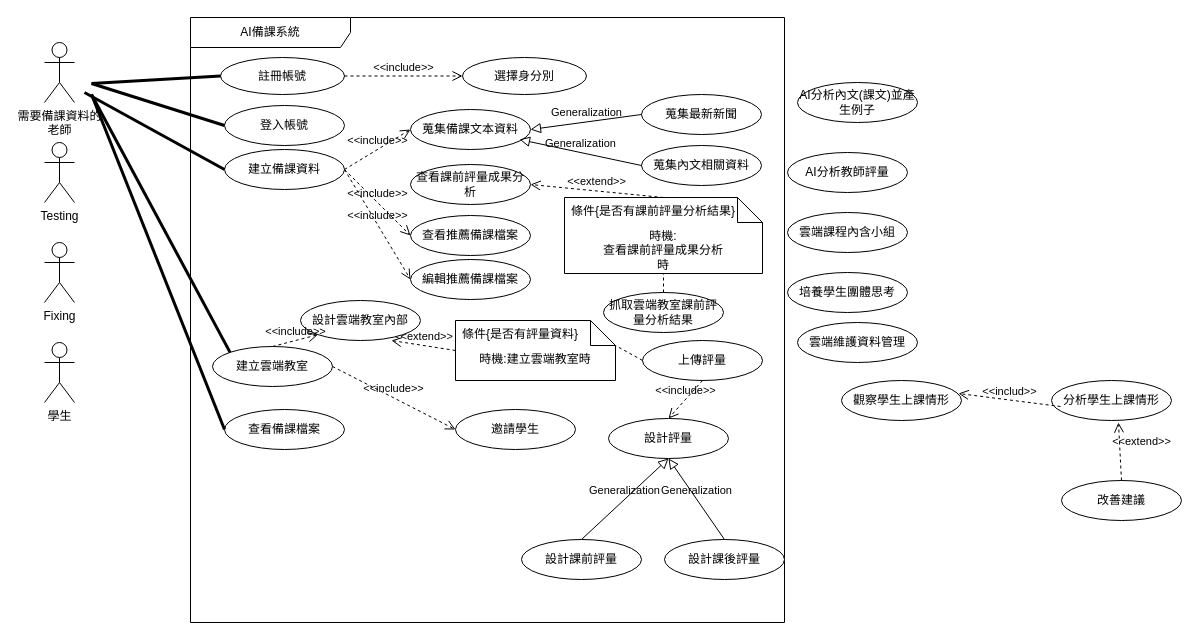
Kevincheng0804/System-analysis keeps this draw.io diagram as page "第 1 页" (1 of 2) of 顧客關係圖.drawio. Above is the earlier version. Source tidied: cells renumbered, new cells numbered last; positions are measured from the earlier drawing's top-left corner, leaving out a move shared by most shapes. Both pictures are drawn from the tidied source at 100%, with x=0, y=0 at pixel (44, 17).
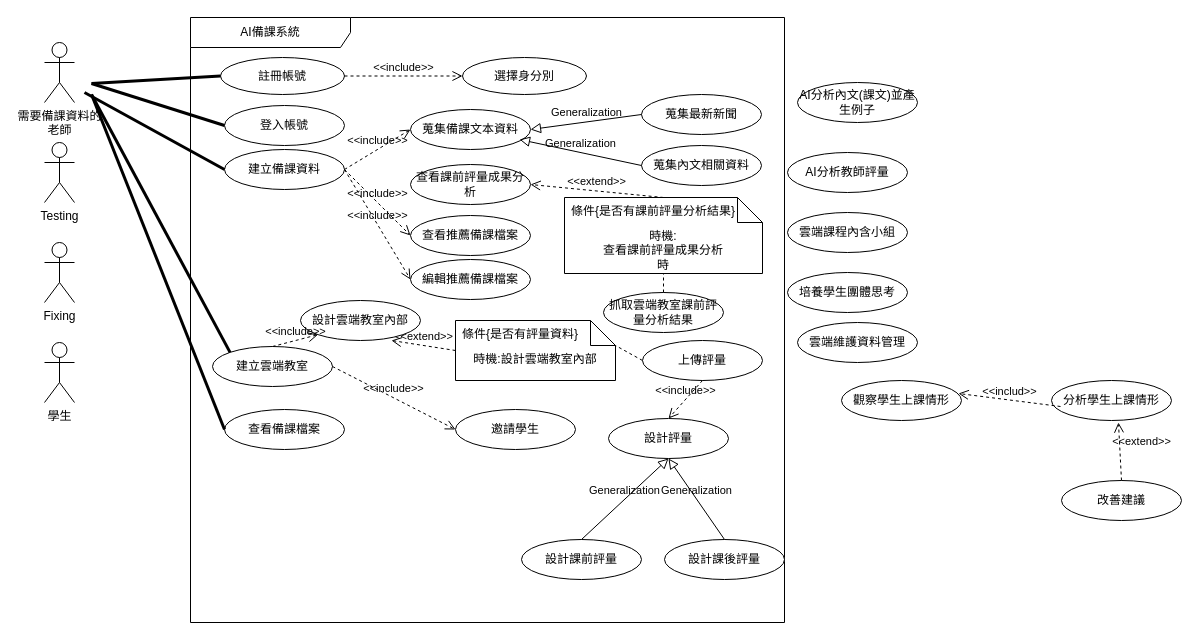
After the change.

Unchanged cells that the change refers to:
```xml
<mxCell id="5" value="AI備課系統" style="shape=umlFrame;whiteSpace=wrap;html=1;width=160;" parent="1" vertex="1">
  <mxGeometry x="146" width="594" height="605" as="geometry" />
</mxCell>
```

What changed in the source:
```diff
@@
-    <mxCell id="36" value="時機:建立雲端教室時" style="shape=note2;boundedLbl=1;whiteSpace=wrap;html=1;size=25;verticalAlign=top;align=center;" parent="5" vertex="1">
+    <mxCell id="36" value="時機:設計雲端教室內部" style="shape=note2;boundedLbl=1;whiteSpace=wrap;html=1;size=25;verticalAlign=top;align=center;" parent="5" vertex="1">
       <mxGeometry x="265" y="303" width="160" height="60" as="geometry" />
     </mxCell>
```
